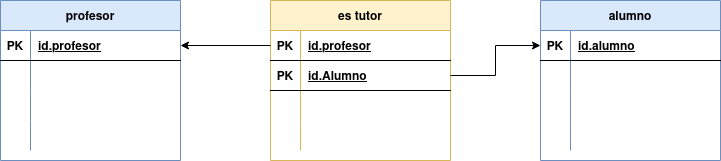
Before: Tareas/Tema 3/Tarea 1/img/Tarea 1-Ejercicio 2.drawio.png, a diagram exported from draw.io (JCarlosAR032/base-de-datos). Source tidied: cells renumbered, new cells last; positions are measured from the earlier drawing's top-left corner, leaving out a move shared by most shapes.
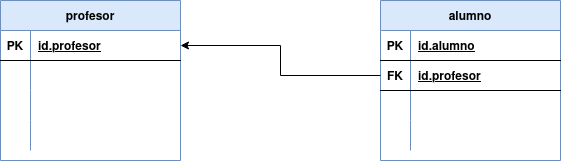
After the change.

Diff of the diagram source:
```diff
@@ -42,7 +42,7 @@
       <mxGeometry x="30" width="150" height="30" as="geometry" />
     </mxCell>
     <mxCell id="15" value="alumno" style="shape=table;startSize=30;rowLines=0;fontStyle=1;align=center;fillColor=#dae8fc;strokeColor=#6c8ebf;" parent="1" vertex="1">
-      <mxGeometry x="540" width="180" height="160" as="geometry" />
+      <mxGeometry x="380" width="180" height="160" as="geometry" />
     </mxCell>
     <mxCell id="16" style="shape=tableRow;horizontal=0;startSize=0;swimlaneHead=0;swimlaneBody=0;fillColor=none;points=[[0,0.5],[1,0.5]];portConstraint=eastwest;top=0;left=0;right=0;bottom=1;" parent="15" vertex="1">
       <mxGeometry y="30" width="180" height="30" as="geometry" />
@@ -53,15 +53,15 @@
     <mxCell id="18" value="id.alumno" style="shape=partialRectangle;fillColor=none;top=0;left=0;bottom=0;right=0;align=left;spacingLeft=6;fontStyle=5;overflow=hidden;" parent="16" vertex="1">
       <mxGeometry x="30" width="150" height="30" as="geometry" />
     </mxCell>
-    <mxCell id="19" style="shape=tableRow;horizontal=0;startSize=0;swimlaneHead=0;swimlaneBody=0;fillColor=none;top=0;left=0;right=0;bottom=0;" parent="15" vertex="1">
-      <mxGeometry y="60" width="180" height="30" as="geometry" />
-    </mxCell>
-    <mxCell id="20" style="shape=partialRectangle;fillColor=none;top=0;left=0;bottom=0;right=0;overflow=hidden;" parent="19" vertex="1">
-      <mxGeometry width="30" height="30" as="geometry" />
-    </mxCell>
-    <mxCell id="21" style="shape=partialRectangle;fillColor=none;top=0;left=0;bottom=0;right=0;align=left;spacingLeft=6;overflow=hidden;" parent="19" vertex="1">
-      <mxGeometry x="30" width="150" height="30" as="geometry" />
-    </mxCell>
+    <mxCell id="46" style="shape=tableRow;horizontal=0;startSize=0;swimlaneHead=0;swimlaneBody=0;fillColor=none;points=[[0,0.5],[1,0.5]];portConstraint=eastwest;top=0;left=0;right=0;bottom=1;" parent="15" vertex="1">
+      <mxGeometry y="60" width="180" height="30" as="geometry" />
+    </mxCell>
+    <mxCell id="47" value="FK" style="shape=partialRectangle;fillColor=none;top=0;left=0;bottom=0;right=0;fontStyle=1;overflow=hidden;" parent="46" vertex="1">
+      <mxGeometry width="30" height="30" as="geometry" />
+    </mxCell>
+    <mxCell id="31" value="id.profesor" style="shape=partialRectangle;fillColor=none;top=0;left=0;bottom=0;right=0;align=left;spacingLeft=6;fontStyle=5;overflow=hidden;" parent="46" vertex="1">
+      <mxGeometry x="30" width="150" height="30" as="geometry" />
+    </mxCell>
     <mxCell id="22" style="shape=tableRow;horizontal=0;startSize=0;swimlaneHead=0;swimlaneBody=0;fillColor=none;top=0;left=0;right=0;bottom=0;" parent="15" vertex="1">
       <mxGeometry y="90" width="180" height="30" as="geometry" />
     </mxCell>
@@ -80,58 +80,7 @@
     <mxCell id="27" style="shape=partialRectangle;fillColor=none;top=0;left=0;bottom=0;right=0;align=left;spacingLeft=6;overflow=hidden;" parent="25" vertex="1">
       <mxGeometry x="30" width="150" height="30" as="geometry" />
     </mxCell>
-    <mxCell id="28" value="es tutor" style="shape=table;startSize=30;rowLines=0;fontStyle=1;align=center;fillColor=#fff2cc;strokeColor=#d6b656;" parent="1" vertex="1">
-      <mxGeometry x="270" width="180" height="160" as="geometry" />
-    </mxCell>
-    <mxCell id="29" style="shape=tableRow;horizontal=0;startSize=0;swimlaneHead=0;swimlaneBody=0;fillColor=none;points=[[0,0.5],[1,0.5]];portConstraint=eastwest;top=0;left=0;right=0;bottom=1;" parent="28" vertex="1">
-      <mxGeometry y="30" width="180" height="30" as="geometry" />
-    </mxCell>
-    <mxCell id="30" value="PK" style="shape=partialRectangle;fillColor=none;top=0;left=0;bottom=0;right=0;fontStyle=1;overflow=hidden;" parent="29" vertex="1">
-      <mxGeometry width="30" height="30" as="geometry" />
-    </mxCell>
-    <mxCell id="31" value="id.profesor" style="shape=partialRectangle;fillColor=none;top=0;left=0;bottom=0;right=0;align=left;spacingLeft=6;fontStyle=5;overflow=hidden;" parent="29" vertex="1">
-      <mxGeometry x="30" width="150" height="30" as="geometry" />
-    </mxCell>
-    <mxCell id="32" style="shape=tableRow;horizontal=0;startSize=0;swimlaneHead=0;swimlaneBody=0;fillColor=none;top=0;left=0;right=0;bottom=0;" parent="28" vertex="1">
-      <mxGeometry y="60" width="180" height="30" as="geometry" />
-    </mxCell>
-    <mxCell id="33" style="shape=partialRectangle;fillColor=none;top=0;left=0;bottom=0;right=0;overflow=hidden;" parent="32" vertex="1">
-      <mxGeometry width="30" height="30" as="geometry" />
-    </mxCell>
-    <mxCell id="34" style="shape=partialRectangle;fillColor=none;top=0;left=0;bottom=0;right=0;align=left;spacingLeft=6;overflow=hidden;" parent="32" vertex="1">
-      <mxGeometry x="30" width="150" height="30" as="geometry" />
-    </mxCell>
-    <mxCell id="35" style="shape=tableRow;horizontal=0;startSize=0;swimlaneHead=0;swimlaneBody=0;fillColor=none;top=0;left=0;right=0;bottom=0;" parent="28" vertex="1">
-      <mxGeometry y="90" width="180" height="30" as="geometry" />
-    </mxCell>
-    <mxCell id="36" style="shape=partialRectangle;fillColor=none;top=0;left=0;bottom=0;right=0;overflow=hidden;" parent="35" vertex="1">
-      <mxGeometry width="30" height="30" as="geometry" />
-    </mxCell>
-    <mxCell id="37" style="shape=partialRectangle;fillColor=none;top=0;left=0;bottom=0;right=0;align=left;spacingLeft=6;overflow=hidden;" parent="35" vertex="1">
-      <mxGeometry x="30" width="150" height="30" as="geometry" />
-    </mxCell>
-    <mxCell id="38" style="shape=tableRow;horizontal=0;startSize=0;swimlaneHead=0;swimlaneBody=0;fillColor=none;top=0;left=0;right=0;bottom=0;" parent="28" vertex="1">
-      <mxGeometry y="120" width="180" height="30" as="geometry" />
-    </mxCell>
-    <mxCell id="39" style="shape=partialRectangle;fillColor=none;top=0;left=0;bottom=0;right=0;overflow=hidden;" parent="38" vertex="1">
-      <mxGeometry width="30" height="30" as="geometry" />
-    </mxCell>
-    <mxCell id="40" style="shape=partialRectangle;fillColor=none;top=0;left=0;bottom=0;right=0;align=left;spacingLeft=6;overflow=hidden;" parent="38" vertex="1">
-      <mxGeometry x="30" width="150" height="30" as="geometry" />
-    </mxCell>
-    <mxCell id="41" style="edgeStyle=orthogonalEdgeStyle;rounded=0;jettySize=auto;html=1;exitX=1;exitY=0.5;exitDx=0;exitDy=0;entryX=0;entryY=0.5;entryDx=0;entryDy=0;" parent="1" edge="1" source="42" target="16">
-      <mxGeometry relative="1" as="geometry" />
-    </mxCell>
-    <mxCell id="42" style="shape=tableRow;horizontal=0;startSize=0;swimlaneHead=0;swimlaneBody=0;fillColor=none;points=[[0,0.5],[1,0.5]];portConstraint=eastwest;top=0;left=0;right=0;bottom=1;" parent="1" vertex="1">
-      <mxGeometry x="270" y="60" width="180" height="30" as="geometry" />
-    </mxCell>
-    <mxCell id="43" value="PK" style="shape=partialRectangle;fillColor=none;top=0;left=0;bottom=0;right=0;fontStyle=1;overflow=hidden;" parent="42" vertex="1">
-      <mxGeometry width="30" height="30" as="geometry" />
-    </mxCell>
-    <mxCell id="44" value="id.Alumno" style="shape=partialRectangle;fillColor=none;top=0;left=0;bottom=0;right=0;align=left;spacingLeft=6;fontStyle=5;overflow=hidden;" parent="42" vertex="1">
-      <mxGeometry x="30" width="150" height="30" as="geometry" />
-    </mxCell>
-    <mxCell id="45" style="edgeStyle=orthogonalEdgeStyle;rounded=0;jettySize=auto;html=1;exitX=0;exitY=0.5;exitDx=0;exitDy=0;entryX=1;entryY=0.5;entryDx=0;entryDy=0;" parent="1" edge="1" source="29" target="3">
+    <mxCell id="45" style="edgeStyle=orthogonalEdgeStyle;rounded=0;jettySize=auto;html=1;exitX=0;exitY=0.5;exitDx=0;exitDy=0;entryX=1;entryY=0.5;entryDx=0;entryDy=0;" parent="1" edge="1" source="46" target="3">
       <mxGeometry relative="1" as="geometry" />
     </mxCell>
   </root>
```
